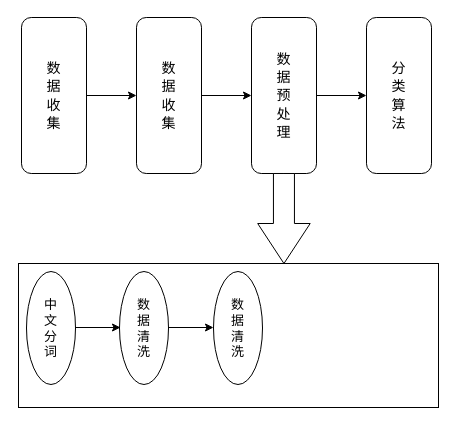
Before: 未命名绘图.drawio in 0011000110/TrainTicketSale, a draw.io diagram. Source tidied: cells renumbered, new cells numbered last; positions are measured from the earlier drawing's top-left corner, leaving out a move shared by most shapes. Both pictures are drawn from the tidied source at 100%, with x=0, y=0 at pixel (18, 17).
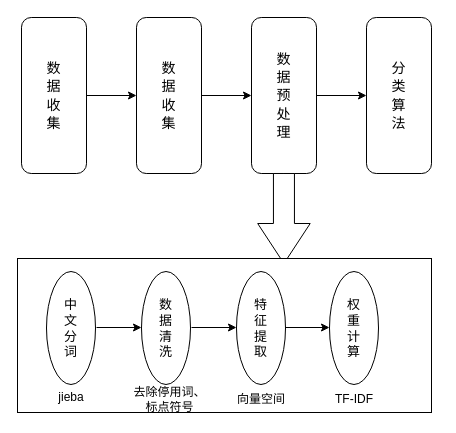
After the change.

Commit message (it also covers changes not shown here):
更新未命名绘图.drawio

What changed in the source:
```diff
@@
     <mxCell id="10" style="rounded=0;whiteSpace=wrap;html=1;" parent="1" vertex="1">
-      <mxGeometry y="246" width="420" height="144" as="geometry" />
+      <mxGeometry x="-1" y="241" width="414" height="154" as="geometry" />
     </mxCell>
     <mxCell id="11" value="&lt;font style=&quot;font-size: 13px;&quot;&gt;中&lt;/font&gt;&lt;div style=&quot;font-size: 13px;&quot;&gt;&lt;font style=&quot;font-size: 13px;&quot;&gt;文&lt;/font&gt;&lt;/div&gt;&lt;div style=&quot;font-size: 13px;&quot;&gt;&lt;font style=&quot;font-size: 13px;&quot;&gt;分&lt;/font&gt;&lt;/div&gt;&lt;div style=&quot;font-size: 13px;&quot;&gt;&lt;font style=&quot;font-size: 13px;&quot;&gt;词&lt;/font&gt;&lt;/div&gt;" style="ellipse;whiteSpace=wrap;html=1;direction=south;" parent="1" vertex="1">
-      <mxGeometry x="8" y="254" width="49" height="113" as="geometry" />
+      <mxGeometry x="28" y="254" width="49" height="113" as="geometry" />
     </mxCell>
     <mxCell id="12" style="endArrow=classic;html=1;rounded=0;" parent="1" edge="1">
       <mxGeometry relative="1" as="geometry">
-        <mxPoint x="57" y="310" as="sourcePoint" />
-        <mxPoint x="102" y="310" as="targetPoint" />
+        <mxPoint x="78" y="310" as="sourcePoint" />
+        <mxPoint x="123" y="310" as="targetPoint" />
       </mxGeometry>
     </mxCell>
     <mxCell id="13" value="&lt;span style=&quot;font-size: 13px;&quot;&gt;数&lt;/span&gt;&lt;div&gt;&lt;span style=&quot;font-size: 13px;&quot;&gt;据&lt;/span&gt;&lt;/div&gt;&lt;div&gt;&lt;span style=&quot;font-size: 13px;&quot;&gt;清&lt;/span&gt;&lt;/div&gt;&lt;div&gt;&lt;span style=&quot;font-size: 13px;&quot;&gt;洗&lt;/span&gt;&lt;/div&gt;" style="ellipse;whiteSpace=wrap;html=1;direction=south;" parent="1" vertex="1">
-      <mxGeometry x="101" y="254" width="49" height="113" as="geometry" />
+      <mxGeometry x="123" y="254" width="49" height="113" as="geometry" />
     </mxCell>
-    <mxCell id="14" value="&lt;span style=&quot;font-size: 13px;&quot;&gt;数&lt;/span&gt;&lt;div&gt;&lt;span style=&quot;font-size: 13px;&quot;&gt;据&lt;/span&gt;&lt;/div&gt;&lt;div&gt;&lt;span style=&quot;font-size: 13px;&quot;&gt;清&lt;/span&gt;&lt;/div&gt;&lt;div&gt;&lt;span style=&quot;font-size: 13px;&quot;&gt;洗&lt;/span&gt;&lt;/div&gt;" style="ellipse;whiteSpace=wrap;html=1;direction=south;" parent="1" vertex="1">
-      <mxGeometry x="195" y="254" width="49" height="113" as="geometry" />
+    <mxCell id="14" value="&lt;span style=&quot;font-size: 13px;&quot;&gt;特&lt;/span&gt;&lt;div&gt;&lt;span style=&quot;font-size: 13px;&quot;&gt;征&lt;/span&gt;&lt;/div&gt;&lt;div&gt;&lt;span style=&quot;font-size: 13px;&quot;&gt;提&lt;/span&gt;&lt;/div&gt;&lt;div&gt;&lt;span style=&quot;font-size: 13px;&quot;&gt;取&lt;/span&gt;&lt;/div&gt;" style="ellipse;whiteSpace=wrap;html=1;direction=south;" parent="1" vertex="1">
+      <mxGeometry x="218" y="254" width="49" height="113" as="geometry" />
     </mxCell>
     <mxCell id="15" style="endArrow=classic;html=1;rounded=0;" parent="1" edge="1">
       <mxGeometry relative="1" as="geometry">
-        <mxPoint x="150" y="310" as="sourcePoint" />
-        <mxPoint x="195" y="310" as="targetPoint" />
+        <mxPoint x="173" y="310" as="sourcePoint" />
+        <mxPoint x="218" y="310" as="targetPoint" />
       </mxGeometry>
     </mxCell>
+    <mxCell id="16" style="endArrow=classic;html=1;rounded=0;" parent="1" edge="1">
+      <mxGeometry relative="1" as="geometry">
+        <mxPoint x="267" y="310" as="sourcePoint" />
+        <mxPoint x="311" y="310" as="targetPoint" />
+      </mxGeometry>
+    </mxCell>
+    <mxCell id="17" value="&lt;span style=&quot;font-size: 13px;&quot;&gt;权&lt;/span&gt;&lt;div&gt;&lt;span style=&quot;font-size: 13px;&quot;&gt;重&lt;/span&gt;&lt;/div&gt;&lt;div&gt;&lt;span style=&quot;font-size: 13px;&quot;&gt;计&lt;/span&gt;&lt;/div&gt;&lt;div&gt;&lt;span style=&quot;font-size: 13px;&quot;&gt;算&lt;/span&gt;&lt;/div&gt;" style="ellipse;whiteSpace=wrap;html=1;direction=south;" parent="1" vertex="1">
+      <mxGeometry x="311" y="254" width="49" height="113" as="geometry" />
+    </mxCell>
+    <mxCell id="18" value="去除停用词、标点符号" style="text;strokeColor=none;align=center;fillColor=none;html=1;verticalAlign=middle;whiteSpace=wrap;rounded=0;" parent="1" vertex="1">
+      <mxGeometry x="114" y="365" width="75" height="33" as="geometry" />
+    </mxCell>
+    <mxCell id="19" value="jieba" style="text;strokeColor=none;align=center;fillColor=none;html=1;verticalAlign=middle;whiteSpace=wrap;rounded=0;" parent="1" vertex="1">
+      <mxGeometry x="22.5" y="365" width="60" height="30" as="geometry" />
+    </mxCell>
+    <mxCell id="20" value="向量空间" style="text;strokeColor=none;align=center;fillColor=none;html=1;verticalAlign=middle;whiteSpace=wrap;rounded=0;" parent="1" vertex="1">
+      <mxGeometry x="212.5" y="366.5" width="60" height="30" as="geometry" />
+    </mxCell>
+    <mxCell id="21" value="TF-IDF" style="text;strokeColor=none;align=center;fillColor=none;html=1;verticalAlign=middle;whiteSpace=wrap;rounded=0;" parent="1" vertex="1">
+      <mxGeometry x="305.5" y="367" width="60" height="30" as="geometry" />
+    </mxCell>
```
